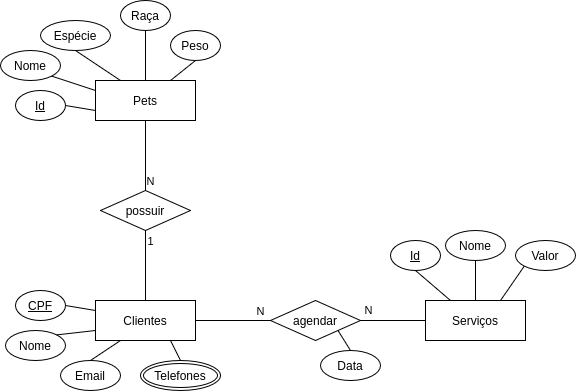
Before: docs/der.png, a diagram exported from draw.io (alvexx45/tp-aeds3). Source tidied: cells renumbered, new cells last; positions are measured from the earlier drawing's top-left corner, leaving out a move shared by most shapes.
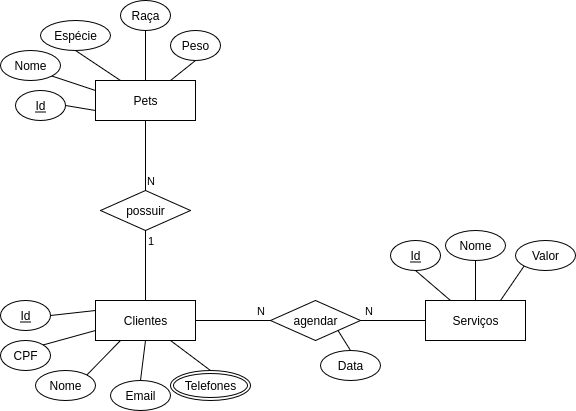
After the commit.

Diff of the diagram source:
```diff
@@ -48,27 +48,27 @@
       <mxGeometry relative="1" as="geometry" />
     </mxCell>
     <mxCell id="17" value="Telefones" style="ellipse;shape=doubleEllipse;margin=3;whiteSpace=wrap;html=1;align=center;" parent="1" vertex="1">
-      <mxGeometry x="140" y="360" width="80" height="30" as="geometry" />
+      <mxGeometry x="170" y="370" width="80" height="30" as="geometry" />
     </mxCell>
     <mxCell id="18" style="endArrow=none;html=1;rounded=0;exitX=0.5;exitY=0;exitDx=0;exitDy=0;entryX=0.75;entryY=1;entryDx=0;entryDy=0;" parent="1" edge="1" source="17" target="4">
       <mxGeometry relative="1" as="geometry" />
     </mxCell>
-    <mxCell id="19" value="CPF" style="ellipse;whiteSpace=wrap;html=1;align=center;fontStyle=4;" parent="1" vertex="1">
-      <mxGeometry x="15" y="290" width="50" height="30" as="geometry" />
+    <mxCell id="19" value="CPF" style="ellipse;whiteSpace=wrap;html=1;align=center;fontStyle=0;" parent="1" vertex="1">
+      <mxGeometry y="340" width="50" height="30" as="geometry" />
     </mxCell>
-    <mxCell id="20" style="endArrow=none;html=1;rounded=0;exitX=1;exitY=0.5;exitDx=0;exitDy=0;entryX=0;entryY=0.25;entryDx=0;entryDy=0;" parent="1" edge="1" source="19" target="4">
+    <mxCell id="20" style="endArrow=none;html=1;rounded=0;exitX=1;exitY=0;exitDx=0;exitDy=0;entryX=0;entryY=0.75;entryDx=0;entryDy=0;" parent="1" edge="1" source="19" target="4">
       <mxGeometry relative="1" as="geometry" />
     </mxCell>
     <mxCell id="21" value="Nome" style="ellipse;whiteSpace=wrap;html=1;align=center;" parent="1" vertex="1">
-      <mxGeometry x="5" y="330" width="60" height="30" as="geometry" />
+      <mxGeometry x="35" y="370" width="60" height="30" as="geometry" />
     </mxCell>
-    <mxCell id="22" style="endArrow=none;html=1;rounded=0;exitX=1;exitY=0;exitDx=0;exitDy=0;entryX=0;entryY=0.75;entryDx=0;entryDy=0;" parent="1" edge="1" source="21" target="4">
+    <mxCell id="22" style="endArrow=none;html=1;rounded=0;exitX=1;exitY=0;exitDx=0;exitDy=0;entryX=0.25;entryY=1;entryDx=0;entryDy=0;" parent="1" edge="1" source="21" target="4">
       <mxGeometry relative="1" as="geometry" />
     </mxCell>
     <mxCell id="23" value="Email" style="ellipse;whiteSpace=wrap;html=1;align=center;" parent="1" vertex="1">
-      <mxGeometry x="60" y="360" width="60" height="30" as="geometry" />
+      <mxGeometry x="110" y="380" width="60" height="30" as="geometry" />
     </mxCell>
-    <mxCell id="24" style="endArrow=none;html=1;rounded=0;exitX=0.5;exitY=0;exitDx=0;exitDy=0;entryX=0.25;entryY=1;entryDx=0;entryDy=0;" parent="1" edge="1" source="23" target="4">
+    <mxCell id="24" style="endArrow=none;html=1;rounded=0;exitX=0.5;exitY=0;exitDx=0;exitDy=0;entryX=0.5;entryY=1;entryDx=0;entryDy=0;" parent="1" edge="1" source="23" target="4">
       <mxGeometry relative="1" as="geometry" />
     </mxCell>
     <mxCell id="25" value="Id" style="ellipse;whiteSpace=wrap;html=1;align=center;fontStyle=4;" parent="1" vertex="1">
@@ -107,5 +107,11 @@
     <mxCell id="36" style="endArrow=none;html=1;rounded=0;exitX=1;exitY=1;exitDx=0;exitDy=0;entryX=0.5;entryY=0;entryDx=0;entryDy=0;" parent="1" edge="1" source="2" target="35">
       <mxGeometry relative="1" as="geometry" />
     </mxCell>
+    <mxCell id="37" value="Id" style="ellipse;whiteSpace=wrap;html=1;align=center;fontStyle=4;" parent="1" vertex="1">
+      <mxGeometry y="300" width="50" height="30" as="geometry" />
+    </mxCell>
+    <mxCell id="38" style="endArrow=none;html=1;rounded=0;exitX=1;exitY=0.5;exitDx=0;exitDy=0;entryX=0;entryY=0.25;entryDx=0;entryDy=0;" parent="1" edge="1" source="37" target="4">
+      <mxGeometry relative="1" as="geometry" />
+    </mxCell>
   </root>
 </mxGraphModel>
```
